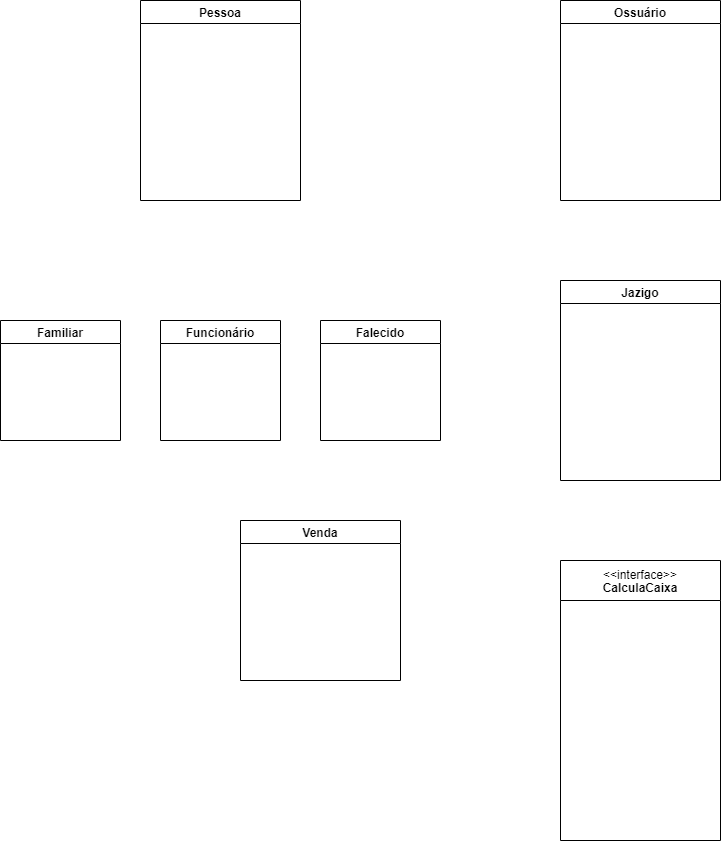
cemiterioPOO/Cemiterio keeps this draw.io diagram as Diagrama_cemiterio.png. Above is the earlier version. Source tidied: cells renumbered, new cells last; positions are measured from the earlier drawing's top-left corner, leaving out a move shared by most shapes.
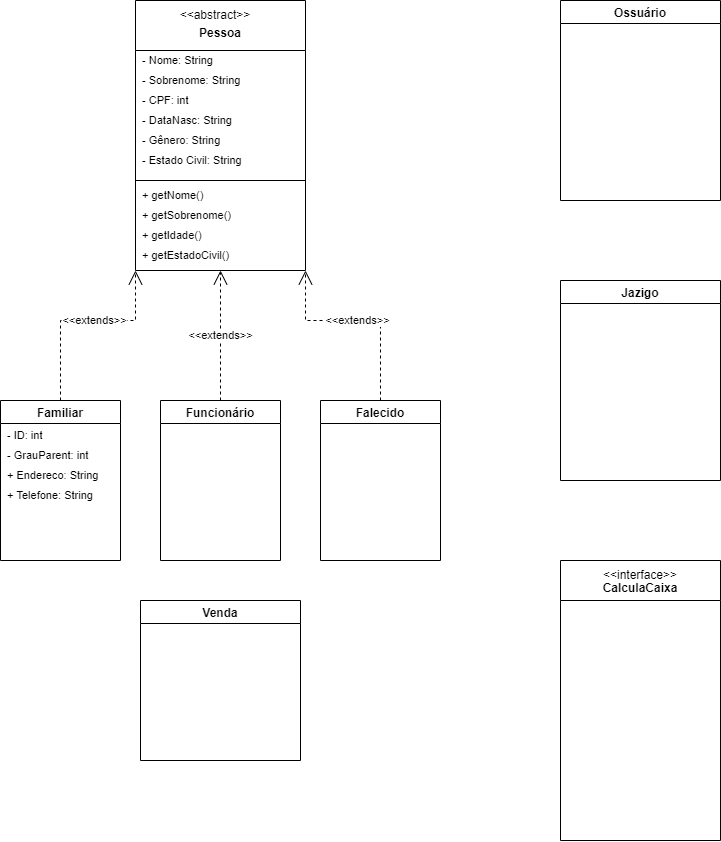
After the change.

Change to the diagram source:
```diff
@@ -2,26 +2,77 @@
   <root>
     <mxCell id="0" />
     <mxCell id="1" parent="0" />
-    <mxCell id="2" value="Pessoa" style="swimlane;" parent="1" vertex="1">
-      <mxGeometry x="140" width="160" height="200" as="geometry" />
+    <mxCell id="2" value="&#10;Pessoa" style="swimlane;startSize=50;" parent="1" vertex="1">
+      <mxGeometry x="135" width="170" height="270" as="geometry" />
     </mxCell>
+    <mxCell id="11" value="&amp;lt;&amp;lt;abstract&amp;gt;&amp;gt;" style="text;html=1;strokeColor=none;fillColor=none;align=center;verticalAlign=middle;whiteSpace=wrap;rounded=0;" parent="2" vertex="1">
+      <mxGeometry x="50" width="60" height="30" as="geometry" />
+    </mxCell>
+    <mxCell id="12" value="&lt;font style=&quot;font-size: 11px;&quot;&gt;- Nome: String&lt;/font&gt;" style="text;html=1;strokeColor=none;fillColor=none;align=left;verticalAlign=middle;whiteSpace=wrap;rounded=0;" parent="2" vertex="1">
+      <mxGeometry x="5" y="50" width="75" height="20" as="geometry" />
+    </mxCell>
+    <mxCell id="13" value="&lt;font style=&quot;font-size: 11px;&quot;&gt;- Sobrenome: String&lt;/font&gt;" style="text;html=1;strokeColor=none;fillColor=none;align=left;verticalAlign=middle;whiteSpace=wrap;rounded=0;" parent="2" vertex="1">
+      <mxGeometry x="5" y="70" width="105" height="20" as="geometry" />
+    </mxCell>
+    <mxCell id="14" value="&lt;font style=&quot;font-size: 11px;&quot;&gt;- DataNasc: String&lt;/font&gt;" style="text;html=1;strokeColor=none;fillColor=none;align=left;verticalAlign=middle;whiteSpace=wrap;rounded=0;" parent="2" vertex="1">
+      <mxGeometry x="5" y="110" width="95" height="20" as="geometry" />
+    </mxCell>
+    <mxCell id="15" value="&lt;font style=&quot;font-size: 11px;&quot;&gt;- Gênero: String&lt;/font&gt;" style="text;html=1;strokeColor=none;fillColor=none;align=left;verticalAlign=middle;whiteSpace=wrap;rounded=0;" parent="2" vertex="1">
+      <mxGeometry x="5" y="130" width="85" height="20" as="geometry" />
+    </mxCell>
+    <mxCell id="16" value="&lt;font style=&quot;font-size: 11px;&quot;&gt;- Estado Civil: String&lt;/font&gt;" style="text;html=1;strokeColor=none;fillColor=none;align=left;verticalAlign=middle;whiteSpace=wrap;rounded=0;" parent="2" vertex="1">
+      <mxGeometry x="5" y="150" width="105" height="20" as="geometry" />
+    </mxCell>
+    <mxCell id="17" value="&lt;font style=&quot;font-size: 11px;&quot;&gt;+ getNome()&lt;/font&gt;" style="text;html=1;strokeColor=none;fillColor=none;align=left;verticalAlign=middle;whiteSpace=wrap;rounded=0;" parent="2" vertex="1">
+      <mxGeometry x="5" y="180" width="65" height="30" as="geometry" />
+    </mxCell>
+    <mxCell id="18" value="&lt;font style=&quot;font-size: 11px;&quot;&gt;+ getSobrenome()&lt;/font&gt;" style="text;html=1;strokeColor=none;fillColor=none;align=left;verticalAlign=middle;whiteSpace=wrap;rounded=0;" parent="2" vertex="1">
+      <mxGeometry x="5" y="200" width="95" height="30" as="geometry" />
+    </mxCell>
+    <mxCell id="19" value="&lt;font style=&quot;font-size: 11px;&quot;&gt;+ getIdade()&lt;/font&gt;" style="text;html=1;strokeColor=none;fillColor=none;align=left;verticalAlign=middle;whiteSpace=wrap;rounded=0;" parent="2" vertex="1">
+      <mxGeometry x="5" y="220" width="75" height="30" as="geometry" />
+    </mxCell>
+    <mxCell id="20" value="&lt;font style=&quot;font-size: 11px;&quot;&gt;+ getEstadoCivil()&lt;/font&gt;" style="text;html=1;strokeColor=none;fillColor=none;align=left;verticalAlign=middle;whiteSpace=wrap;rounded=0;" parent="2" vertex="1">
+      <mxGeometry x="5" y="240" width="95" height="30" as="geometry" />
+    </mxCell>
+    <mxCell id="21" style="endArrow=none;html=1;rounded=0;fontSize=11;" parent="2" edge="1">
+      <mxGeometry relative="1" as="geometry">
+        <mxPoint y="180" as="sourcePoint" />
+        <mxPoint x="170" y="180" as="targetPoint" />
+      </mxGeometry>
+    </mxCell>
+    <mxCell id="22" value="- CPF: int" style="text;html=1;strokeColor=none;fillColor=none;align=left;verticalAlign=middle;whiteSpace=wrap;rounded=0;fontSize=11;" parent="2" vertex="1">
+      <mxGeometry x="5" y="90" width="55" height="20" as="geometry" />
+    </mxCell>
     <mxCell id="3" value="Jazigo" style="swimlane;" parent="1" vertex="1">
       <mxGeometry x="560" y="280" width="160" height="200" as="geometry" />
     </mxCell>
     <mxCell id="4" value="Familiar" style="swimlane;" parent="1" vertex="1">
-      <mxGeometry y="320" width="120" height="120" as="geometry" />
+      <mxGeometry y="400" width="120" height="160" as="geometry" />
     </mxCell>
+    <mxCell id="23" value="- GrauParent: int" style="text;html=1;strokeColor=none;fillColor=none;align=left;verticalAlign=middle;whiteSpace=wrap;rounded=0;fontSize=11;" parent="4" vertex="1">
+      <mxGeometry x="5" y="40" width="110" height="30" as="geometry" />
+    </mxCell>
+    <mxCell id="24" value="+ Telefone: String" style="text;html=1;strokeColor=none;fillColor=none;align=left;verticalAlign=middle;whiteSpace=wrap;rounded=0;fontSize=11;" parent="4" vertex="1">
+      <mxGeometry x="5" y="80" width="110" height="30" as="geometry" />
+    </mxCell>
+    <mxCell id="25" value="+ Endereco: String" style="text;html=1;strokeColor=none;fillColor=none;align=left;verticalAlign=middle;whiteSpace=wrap;rounded=0;fontSize=11;" parent="4" vertex="1">
+      <mxGeometry x="5" y="60" width="110" height="30" as="geometry" />
+    </mxCell>
+    <mxCell id="26" value="- ID: int" style="text;html=1;strokeColor=none;fillColor=none;align=left;verticalAlign=middle;whiteSpace=wrap;rounded=0;fontSize=11;" parent="4" vertex="1">
+      <mxGeometry x="5" y="20" width="110" height="30" as="geometry" />
+    </mxCell>
     <mxCell id="5" value="Funcionário" style="swimlane;" parent="1" vertex="1">
-      <mxGeometry x="160" y="320" width="120" height="120" as="geometry" />
+      <mxGeometry x="160" y="400" width="120" height="160" as="geometry" />
     </mxCell>
     <mxCell id="6" value="Falecido" style="swimlane;" parent="1" vertex="1">
-      <mxGeometry x="320" y="320" width="120" height="120" as="geometry" />
+      <mxGeometry x="320" y="400" width="120" height="160" as="geometry" />
     </mxCell>
     <mxCell id="7" value="Ossuário" style="swimlane;startSize=23;" parent="1" vertex="1">
       <mxGeometry x="560" width="160" height="200" as="geometry" />
     </mxCell>
     <mxCell id="8" value="Venda" style="swimlane;" parent="1" vertex="1">
-      <mxGeometry x="240" y="520" width="160" height="160" as="geometry" />
+      <mxGeometry x="140" y="600" width="160" height="160" as="geometry" />
     </mxCell>
     <mxCell id="9" value="&#10;CalculaCaixa" style="swimlane;startSize=40;shadow=0;" parent="1" vertex="1">
       <mxGeometry x="560" y="560" width="160" height="280" as="geometry" />
@@ -29,5 +80,24 @@
     <mxCell id="10" value="&amp;lt;&amp;lt;interface&amp;gt;&amp;gt;" style="text;html=1;strokeColor=none;fillColor=none;align=center;verticalAlign=middle;whiteSpace=wrap;rounded=0;shadow=0;" parent="9" vertex="1">
       <mxGeometry x="50" width="60" height="30" as="geometry" />
     </mxCell>
+    <mxCell id="27" value="&amp;lt;&amp;lt;extends&amp;gt;&amp;gt;" style="endArrow=open;endSize=12;dashed=1;html=1;rounded=0;fontSize=11;exitX=0.5;exitY=0;exitDx=0;exitDy=0;entryX=0;entryY=1;entryDx=0;entryDy=0;" parent="1" edge="1" source="4" target="2">
+      <mxGeometry x="0.12" relative="1" as="geometry">
+        <Array as="points">
+          <mxPoint x="60" y="320" />
+          <mxPoint x="135" y="320" />
+        </Array>
+      </mxGeometry>
+    </mxCell>
+    <mxCell id="28" value="&amp;lt;&amp;lt;extends&amp;gt;&amp;gt;" style="endArrow=open;endSize=12;dashed=1;html=1;rounded=0;fontSize=11;exitX=0.5;exitY=0;exitDx=0;exitDy=0;entryX=0.5;entryY=1;entryDx=0;entryDy=0;" parent="1" edge="1" source="5" target="2">
+      <mxGeometry relative="1" as="geometry" />
+    </mxCell>
+    <mxCell id="29" value="&amp;lt;&amp;lt;extends&amp;gt;&amp;gt;" style="endArrow=open;endSize=12;dashed=1;html=1;rounded=0;fontSize=11;exitX=0.5;exitY=0;exitDx=0;exitDy=0;entryX=1;entryY=1;entryDx=0;entryDy=0;" parent="1" edge="1" source="6" target="2">
+      <mxGeometry relative="1" as="geometry">
+        <Array as="points">
+          <mxPoint x="380" y="320" />
+          <mxPoint x="305" y="320" />
+        </Array>
+      </mxGeometry>
+    </mxCell>
   </root>
 </mxGraphModel>
```
